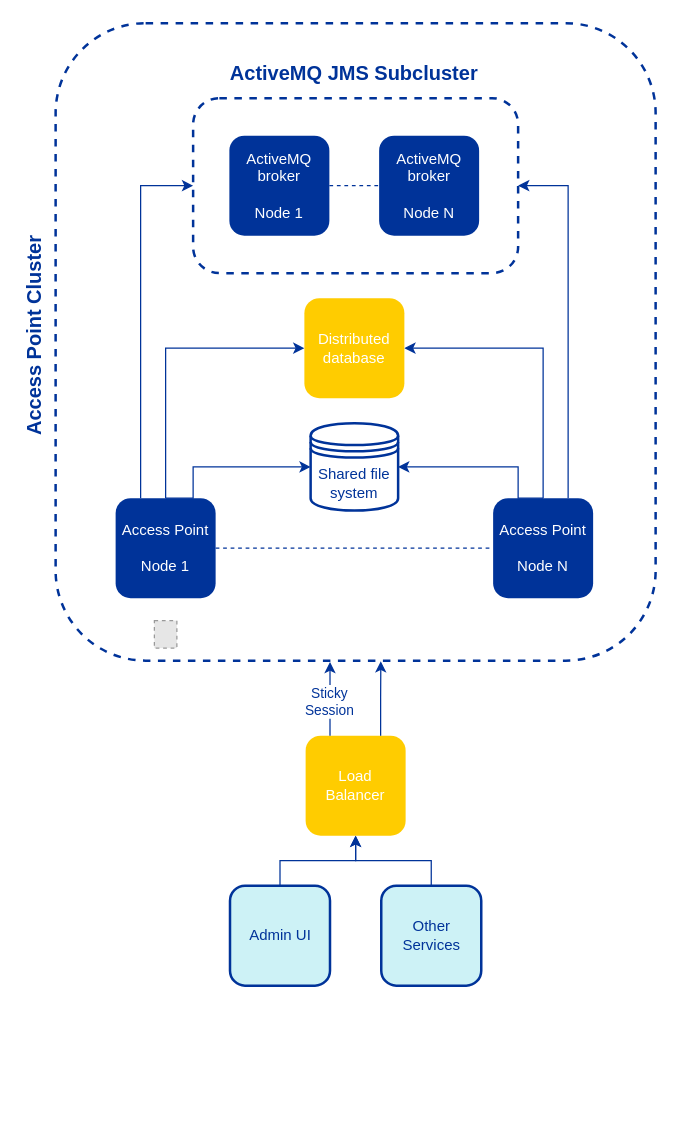
Before: doc/img/ug_ap_cluster_overview_diagram.drawio in nordic-institute/harmony-common, a draw.io diagram. Source tidied: cells renumbered, new cells numbered last; positions are measured from the earlier drawing's top-left corner, leaving out a move shared by most shapes. Both pictures are drawn from the tidied source at 125%, with x=0, y=0 at pixel (-79, 22). Pictures stored in the file or linked from it are replaced by grey dashed boxes.
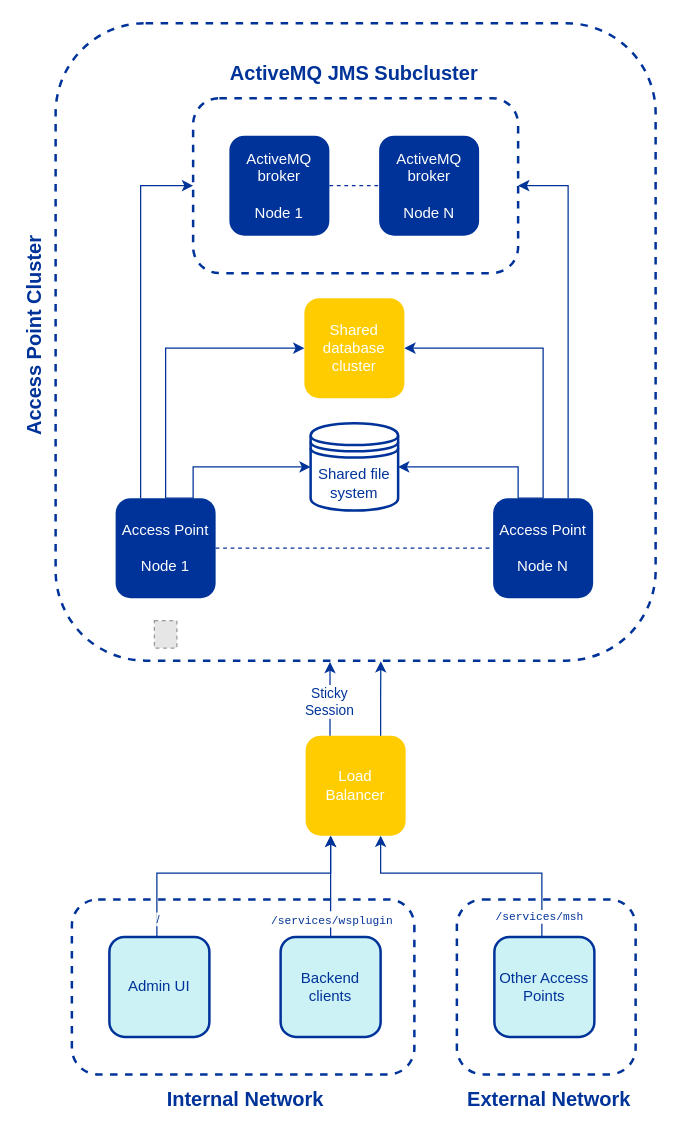
After the change.

Commit message (it also covers changes not shown here):
NEDS-180: Describe networks in the overview diagram

The change refers to these unchanged cells:
```xml
<mxCell id="3" value="&lt;font color=&quot;#ffffff&quot;&gt;&lt;span&gt;Load&lt;br&gt;Balancer&lt;/span&gt;&lt;/font&gt;" style="rounded=1;whiteSpace=wrap;html=1;dashed=1;strokeColor=none;strokeWidth=2;fillColor=#FFCC00;" parent="1" vertex="1">
  <mxGeometry x="307" y="570" width="80" height="80" as="geometry" />
</mxCell>
```

Diff of the diagram source:
```diff
@@
+    <mxCell id="29" style="rounded=1;whiteSpace=wrap;html=1;strokeWidth=2;fillColor=none;dashed=1;strokeColor=#003399;" parent="1" vertex="1">
+      <mxGeometry x="120" y="701" width="274" height="140" as="geometry" />
+    </mxCell>
-    <mxCell id="5" style="edgeStyle=orthogonalEdgeStyle;rounded=0;jettySize=auto;html=1;strokeColor=#003399;" parent="1" edge="1" source="6" target="3">
-      <mxGeometry relative="1" as="geometry" />
+    <mxCell id="5" style="edgeStyle=orthogonalEdgeStyle;rounded=0;jettySize=auto;html=1;entryX=0.25;entryY=1;entryDx=0;entryDy=0;strokeColor=#003399;" parent="1" edge="1" source="6" target="3">
+      <mxGeometry relative="1" as="geometry">
+        <Array as="points">
+          <mxPoint x="188" y="680" />
+          <mxPoint x="327" y="680" />
+        </Array>
+      </mxGeometry>
     </mxCell>
+    <mxCell id="30" value="/" style="edgeLabel;html=1;align=center;verticalAlign=middle;fontSize=9;fontColor=#003399;" parent="5" vertex="1">
+      <mxGeometry x="-0.86" relative="1" as="geometry" />
+    </mxCell>
     <mxCell id="6" value="&lt;font&gt;&lt;span&gt;Admin UI&lt;/span&gt;&lt;/font&gt;" style="rounded=1;whiteSpace=wrap;html=1;strokeWidth=2;fillColor=#CDF2F6;fontColor=#003399;strokeColor=#003399;" parent="1" vertex="1">
-      <mxGeometry x="246.5" y="690" width="80" height="80" as="geometry" />
+      <mxGeometry x="150" y="731" width="80" height="80" as="geometry" />
     </mxCell>
@@
-    <mxCell id="18" value="&lt;font color=&quot;#ffffff&quot;&gt;&lt;span&gt;Distributed database&lt;/span&gt;&lt;/font&gt;" style="rounded=1;whiteSpace=wrap;html=1;dashed=1;strokeColor=none;strokeWidth=2;fillColor=#FFCC00;" parent="1" vertex="1">
+    <mxCell id="18" value="&lt;font color=&quot;#ffffff&quot;&gt;&lt;span&gt;Shared database cluster&lt;/span&gt;&lt;/font&gt;" style="rounded=1;whiteSpace=wrap;html=1;dashed=1;strokeColor=none;strokeWidth=2;fillColor=#FFCC00;" parent="1" vertex="1">
       <mxGeometry x="306" y="220" width="80" height="80" as="geometry" />
     </mxCell>
@@
-    <mxCell id="24" style="edgeStyle=orthogonalEdgeStyle;rounded=0;jettySize=auto;html=1;exitX=0.5;exitY=0;exitDx=0;exitDy=0;entryX=0.5;entryY=1;entryDx=0;entryDy=0;strokeColor=#003399;" parent="1" edge="1" source="25" target="3">
-      <mxGeometry relative="1" as="geometry" />
-    </mxCell>
-    <mxCell id="25" value="&lt;font&gt;&lt;span&gt;Other Services&lt;/span&gt;&lt;/font&gt;" style="rounded=1;whiteSpace=wrap;html=1;strokeWidth=2;fillColor=#CDF2F6;fontColor=#003399;strokeColor=#003399;" parent="1" vertex="1">
-      <mxGeometry x="367.5" y="690" width="80" height="80" as="geometry" />
-    </mxCell>
@@
+    <mxCell id="31" style="edgeStyle=orthogonalEdgeStyle;rounded=0;jettySize=auto;html=1;entryX=0.25;entryY=1;entryDx=0;entryDy=0;strokeColor=#003399;" parent="1" edge="1" source="33" target="3">
+      <mxGeometry relative="1" as="geometry" />
+    </mxCell>
+    <mxCell id="32" value="&lt;code class=&quot;notranslate&quot; style=&quot;font-size: 9px;&quot;&gt;/services/wsplugin&lt;/code&gt;" style="edgeLabel;html=1;align=center;verticalAlign=middle;fontColor=#003399;" parent="31" vertex="1">
+      <mxGeometry x="-0.62" relative="1" as="geometry" />
+    </mxCell>
+    <mxCell id="33" value="Backend clients" style="rounded=1;whiteSpace=wrap;html=1;strokeWidth=2;fillColor=#CDF2F6;fontColor=#003399;strokeColor=#003399;" parent="1" vertex="1">
+      <mxGeometry x="287" y="731" width="80" height="80" as="geometry" />
+    </mxCell>
+    <mxCell id="34" value="Internal Network" style="text;html=1;strokeColor=none;fillColor=none;align=center;verticalAlign=middle;whiteSpace=wrap;rounded=0;dashed=1;fontStyle=1;fontSize=16;rotation=0;fontColor=#003399;" parent="1" vertex="1">
+      <mxGeometry x="124" y="851" width="270" height="20" as="geometry" />
+    </mxCell>
+    <mxCell id="35" style="rounded=1;whiteSpace=wrap;html=1;strokeWidth=2;fillColor=none;dashed=1;strokeColor=#003399;" parent="1" vertex="1">
+      <mxGeometry x="428" y="701" width="143" height="140" as="geometry" />
+    </mxCell>
+    <mxCell id="36" style="edgeStyle=orthogonalEdgeStyle;rounded=0;jettySize=auto;html=1;entryX=0.75;entryY=1;entryDx=0;entryDy=0;strokeColor=#003399;" parent="1" edge="1" source="38" target="3">
+      <mxGeometry relative="1" as="geometry">
+        <Array as="points">
+          <mxPoint x="496" y="680" />
+          <mxPoint x="367" y="680" />
+        </Array>
+      </mxGeometry>
+    </mxCell>
+    <mxCell id="37" value="&lt;code class=&quot;notranslate&quot; style=&quot;font-size: 9px;&quot;&gt;/services/msh&lt;/code&gt;" style="edgeLabel;html=1;align=center;verticalAlign=middle;fontSize=9;fontColor=#003399;" parent="36" vertex="1">
+      <mxGeometry x="-0.84" y="3" relative="1" as="geometry" />
+    </mxCell>
+    <mxCell id="38" value="Other Access Points" style="rounded=1;whiteSpace=wrap;html=1;strokeWidth=2;fillColor=#CDF2F6;fontColor=#003399;strokeColor=#003399;" parent="1" vertex="1">
+      <mxGeometry x="458" y="731" width="80" height="80" as="geometry" />
+    </mxCell>
+    <mxCell id="39" value="External Network" style="text;html=1;strokeColor=none;fillColor=none;align=center;verticalAlign=middle;whiteSpace=wrap;rounded=0;dashed=1;fontStyle=1;fontSize=16;rotation=0;fontColor=#003399;" parent="1" vertex="1">
+      <mxGeometry x="431" y="851" width="142" height="20" as="geometry" />
+    </mxCell>
```
